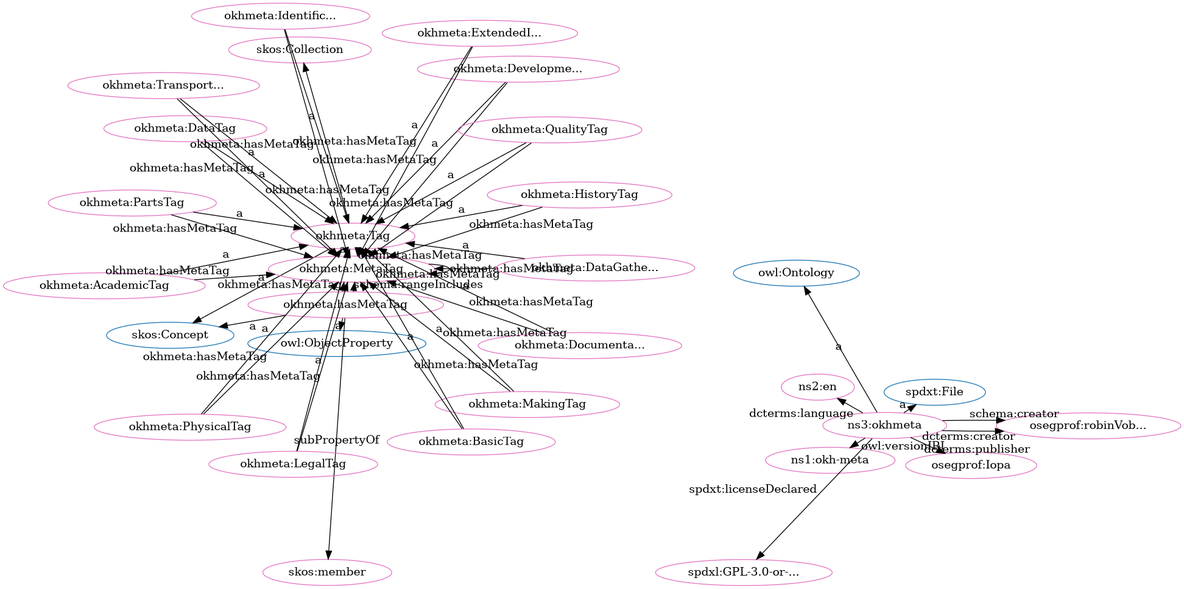
This is src/spec/fdp_okh-meta.png from iop-alliance/OpenKnowHow, a Graphviz export, as it was before one commit. Its source is kept beside it as src/spec/fdp_okh-meta.dot.
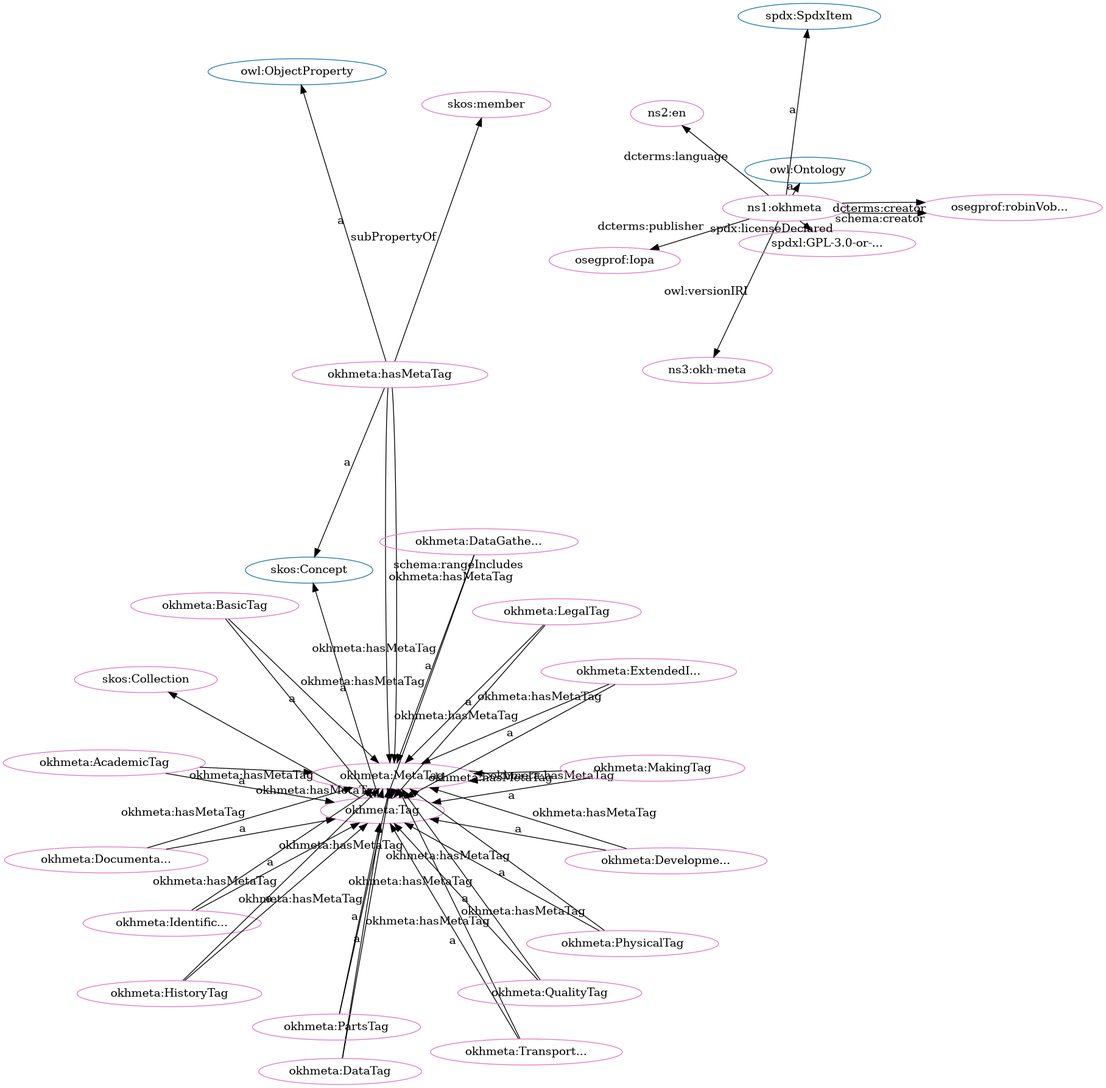
After the change.

The edit, as a diff of the source:
```diff
@@ -1,85 +1,85 @@
 digraph G {
   rankdir=BT
   node[height=.3]
+"http://w3id.org/oseg/ont/okhmeta#Tag" [fillcolor="#1f77b4" color="#1f77b4" label="okhmeta:Tag"]
+"http://spdx.org/rdf/terms#SpdxItem" [fillcolor="#1f77b4" color="#1f77b4" label="spdx:SpdxItem"]
+"http://www.w3.org/2004/02/skos/core#Collection" [fillcolor="#1f77b4" color="#1f77b4" label="skos:Collection"]
+"http://w3id.org/oseg/ont/okhmeta#MetaTag" [fillcolor="#1f77b4" color="#1f77b4" label="okhmeta:MetaTag"]
+"http://www.w3.org/2004/02/skos/core#Concept" [fillcolor="#1f77b4" color="#1f77b4" label="skos:Concept"]
 "http://www.w3.org/2002/07/owl#Ontology" [fillcolor="#1f77b4" color="#1f77b4" label="owl:Ontology"]
-"http://spdx.org/rdf/terms#File" [fillcolor="#1f77b4" color="#1f77b4" label="spdxt:File"]
-"http://www.w3.org/2004/02/skos/core#Concept" [fillcolor="#1f77b4" color="#1f77b4" label="skos:Concept"]
 "http://www.w3.org/2002/07/owl#ObjectProperty" [fillcolor="#1f77b4" color="#1f77b4" label="owl:ObjectProperty"]
-"http://www.w3.org/2004/02/skos/core#Collection" [fillcolor="#1f77b4" color="#1f77b4" label="skos:Collection"]
-"https://w3id.org/oseg/ont/okhmeta#Tag" [fillcolor="#1f77b4" color="#1f77b4" label="okhmeta:Tag"]
-"https://w3id.org/oseg/ont/okhmeta#MetaTag" [fillcolor="#1f77b4" color="#1f77b4" label="okhmeta:MetaTag"]
-"https://w3id.org/oseg/ont/1.1.0/okh-meta" [fillcolor="#e377c2" color="#e377c2" label="ns1:okh-meta"]
-"https://w3id.org/oseg/ont/okhmeta#MetaTag" [fillcolor="#e377c2" color="#e377c2" label="okhmeta:MetaTag"]
-"https://w3id.org/oseg/ont/okhmeta#DevelopmentTag" [fillcolor="#e377c2" color="#e377c2" label="okhmeta:Developme..."]
+"http://w3id.org/oseg/ont/okhmeta#BasicTag" [fillcolor="#e377c2" color="#e377c2" label="okhmeta:BasicTag"]
+"http://w3id.org/oseg/ont/okhmeta#MakingTag" [fillcolor="#e377c2" color="#e377c2" label="okhmeta:MakingTag"]
+"http://w3id.org/oseg/ont/okhmeta#Tag" [fillcolor="#e377c2" color="#e377c2" label="okhmeta:Tag"]
+"http://w3id.org/oseg/ont/oseg-profiles#Iopa" [fillcolor="#e377c2" color="#e377c2" label="osegprof:Iopa"]
+"http://w3id.org/oseg/ont/okhmeta#DataTag" [fillcolor="#e377c2" color="#e377c2" label="okhmeta:DataTag"]
+"http://w3id.org/oseg/ont/okhmeta" [fillcolor="#e377c2" color="#e377c2" label="ns1:okhmeta"]
+"http://w3id.org/oseg/ont/okhmeta#MetaTag" [fillcolor="#e377c2" color="#e377c2" label="okhmeta:MetaTag"]
+"http://w3id.org/oseg/ont/okhmeta#hasMetaTag" [fillcolor="#e377c2" color="#e377c2" label="okhmeta:hasMetaTag"]
+"http://w3id.org/oseg/ont/oseg-profiles#robinVobruba" [fillcolor="#e377c2" color="#e377c2" label="osegprof:robinVob..."]
+"http://w3id.org/oseg/ont/okhmeta#DevelopmentTag" [fillcolor="#e377c2" color="#e377c2" label="okhmeta:Developme..."]
 "http://id.loc.gov/vocabulary/iso639-1/en" [fillcolor="#e377c2" color="#e377c2" label="ns2:en"]
-"https://w3id.org/oseg/ont/oseg-profiles#robinVobruba" [fillcolor="#e377c2" color="#e377c2" label="osegprof:robinVob..."]
-"https://w3id.org/oseg/ont/okhmeta#DataTag" [fillcolor="#e377c2" color="#e377c2" label="okhmeta:DataTag"]
-"https://w3id.org/oseg/ont/okhmeta#ExtendedInfoTag" [fillcolor="#e377c2" color="#e377c2" label="okhmeta:ExtendedI..."]
-"https://w3id.org/oseg/ont/okhmeta#DocumentationTag" [fillcolor="#e377c2" color="#e377c2" label="okhmeta:Documenta..."]
-"https://w3id.org/oseg/ont/okhmeta" [fillcolor="#e377c2" color="#e377c2" label="ns3:okhmeta"]
-"https://w3id.org/oseg/ont/okhmeta#hasMetaTag" [fillcolor="#e377c2" color="#e377c2" label="okhmeta:hasMetaTag"]
-"https://w3id.org/oseg/ont/okhmeta#LegalTag" [fillcolor="#e377c2" color="#e377c2" label="okhmeta:LegalTag"]
-"https://w3id.org/oseg/ont/okhmeta#TransportationTag" [fillcolor="#e377c2" color="#e377c2" label="okhmeta:Transport..."]
-"https://w3id.org/oseg/ont/okhmeta#MakingTag" [fillcolor="#e377c2" color="#e377c2" label="okhmeta:MakingTag"]
-"https://w3id.org/oseg/ont/okhmeta#IdentificationTag" [fillcolor="#e377c2" color="#e377c2" label="okhmeta:Identific..."]
-"https://w3id.org/oseg/ont/okhmeta#QualityTag" [fillcolor="#e377c2" color="#e377c2" label="okhmeta:QualityTag"]
-"https://w3id.org/oseg/ont/okhmeta#Tag" [fillcolor="#e377c2" color="#e377c2" label="okhmeta:Tag"]
-"https://w3id.org/oseg/ont/okhmeta#HistoryTag" [fillcolor="#e377c2" color="#e377c2" label="okhmeta:HistoryTag"]
-"https://spdx.org/licenses/GPL-3.0-or-later" [fillcolor="#e377c2" color="#e377c2" label="spdxl:GPL-3.0-or-..."]
-"https://w3id.org/oseg/ont/okhmeta#PhysicalTag" [fillcolor="#e377c2" color="#e377c2" label="okhmeta:PhysicalTag"]
-"https://w3id.org/oseg/ont/okhmeta#DataGatheringTag" [fillcolor="#e377c2" color="#e377c2" label="okhmeta:DataGathe..."]
-"https://w3id.org/oseg/ont/okhmeta#BasicTag" [fillcolor="#e377c2" color="#e377c2" label="okhmeta:BasicTag"]
-"https://w3id.org/oseg/ont/oseg-profiles#Iopa" [fillcolor="#e377c2" color="#e377c2" label="osegprof:Iopa"]
-"https://w3id.org/oseg/ont/okhmeta#PartsTag" [fillcolor="#e377c2" color="#e377c2" label="okhmeta:PartsTag"]
+"http://w3id.org/oseg/ont/1.1.0/okh-meta" [fillcolor="#e377c2" color="#e377c2" label="ns3:okh-meta"]
+"http://spdx.org/licenses/GPL-3.0-or-later" [fillcolor="#e377c2" color="#e377c2" label="spdxl:GPL-3.0-or-..."]
+"http://w3id.org/oseg/ont/okhmeta#TransportationTag" [fillcolor="#e377c2" color="#e377c2" label="okhmeta:Transport..."]
+"http://w3id.org/oseg/ont/okhmeta#IdentificationTag" [fillcolor="#e377c2" color="#e377c2" label="okhmeta:Identific..."]
+"http://w3id.org/oseg/ont/okhmeta#ExtendedInfoTag" [fillcolor="#e377c2" color="#e377c2" label="okhmeta:ExtendedI..."]
+"http://w3id.org/oseg/ont/okhmeta#LegalTag" [fillcolor="#e377c2" color="#e377c2" label="okhmeta:LegalTag"]
+"http://www.w3.org/2004/02/skos/core#Collection" [fillcolor="#e377c2" color="#e377c2" label="skos:Collection"]
+"http://w3id.org/oseg/ont/okhmeta#DataGatheringTag" [fillcolor="#e377c2" color="#e377c2" label="okhmeta:DataGathe..."]
+"http://w3id.org/oseg/ont/okhmeta#PhysicalTag" [fillcolor="#e377c2" color="#e377c2" label="okhmeta:PhysicalTag"]
+"http://w3id.org/oseg/ont/okhmeta#QualityTag" [fillcolor="#e377c2" color="#e377c2" label="okhmeta:QualityTag"]
 "http://www.w3.org/2004/02/skos/core#member" [fillcolor="#e377c2" color="#e377c2" label="skos:member"]
-"http://www.w3.org/2004/02/skos/core#Collection" [fillcolor="#e377c2" color="#e377c2" label="skos:Collection"]
-"https://w3id.org/oseg/ont/okhmeta#AcademicTag" [fillcolor="#e377c2" color="#e377c2" label="okhmeta:AcademicTag"]
-  "https://w3id.org/oseg/ont/okhmeta#DevelopmentTag" -> "https://w3id.org/oseg/ont/okhmeta#MetaTag" [label="okhmeta:hasMetaTag"]
-  "https://w3id.org/oseg/ont/okhmeta#DevelopmentTag" -> "https://w3id.org/oseg/ont/okhmeta#Tag" [label="a"]
-  "https://w3id.org/oseg/ont/okhmeta" -> "http://id.loc.gov/vocabulary/iso639-1/en" [label="dcterms:language"]
-  "https://w3id.org/oseg/ont/okhmeta" -> "https://w3id.org/oseg/ont/oseg-profiles#robinVobruba" [label="schema:creator"]
-  "https://w3id.org/oseg/ont/okhmeta#BasicTag" -> "https://w3id.org/oseg/ont/okhmeta#MetaTag" [label="okhmeta:hasMetaTag"]
-  "https://w3id.org/oseg/ont/okhmeta#hasMetaTag" -> "https://w3id.org/oseg/ont/okhmeta#MetaTag" [label="okhmeta:hasMetaTag"]
-  "https://w3id.org/oseg/ont/okhmeta#ExtendedInfoTag" -> "https://w3id.org/oseg/ont/okhmeta#Tag" [label="a"]
-  "https://w3id.org/oseg/ont/okhmeta#LegalTag" -> "https://w3id.org/oseg/ont/okhmeta#Tag" [label="a"]
-  "https://w3id.org/oseg/ont/okhmeta#TransportationTag" -> "https://w3id.org/oseg/ont/okhmeta#Tag" [label="a"]
-  "https://w3id.org/oseg/ont/okhmeta#HistoryTag" -> "https://w3id.org/oseg/ont/okhmeta#MetaTag" [label="okhmeta:hasMetaTag"]
-  "https://w3id.org/oseg/ont/okhmeta#QualityTag" -> "https://w3id.org/oseg/ont/okhmeta#Tag" [label="a"]
-  "https://w3id.org/oseg/ont/okhmeta#Tag" -> "http://www.w3.org/2004/02/skos/core#Concept" [label="a"]
-  "https://w3id.org/oseg/ont/okhmeta#HistoryTag" -> "https://w3id.org/oseg/ont/okhmeta#Tag" [label="a"]
-  "https://w3id.org/oseg/ont/okhmeta" -> "https://spdx.org/licenses/GPL-3.0-or-later" [label="spdxt:licenseDeclared"]
-  "https://w3id.org/oseg/ont/okhmeta#MetaTag" -> "https://w3id.org/oseg/ont/okhmeta#MetaTag" [label="okhmeta:hasMetaTag"]
-  "https://w3id.org/oseg/ont/okhmeta#MetaTag" -> "https://w3id.org/oseg/ont/okhmeta#Tag" [label="a"]
-  "https://w3id.org/oseg/ont/okhmeta#ExtendedInfoTag" -> "https://w3id.org/oseg/ont/okhmeta#MetaTag" [label="okhmeta:hasMetaTag"]
-  "https://w3id.org/oseg/ont/okhmeta#DataGatheringTag" -> "https://w3id.org/oseg/ont/okhmeta#Tag" [label="a"]
-  "https://w3id.org/oseg/ont/okhmeta#PartsTag" -> "https://w3id.org/oseg/ont/okhmeta#Tag" [label="a"]
-  "https://w3id.org/oseg/ont/okhmeta#LegalTag" -> "https://w3id.org/oseg/ont/okhmeta#MetaTag" [label="okhmeta:hasMetaTag"]
-  "https://w3id.org/oseg/ont/okhmeta#hasMetaTag" -> "http://www.w3.org/2004/02/skos/core#member" [label="subPropertyOf"]
-  "https://w3id.org/oseg/ont/okhmeta#Tag" -> "http://www.w3.org/2004/02/skos/core#Collection" [label=""]
-  "https://w3id.org/oseg/ont/okhmeta#MakingTag" -> "https://w3id.org/oseg/ont/okhmeta#MetaTag" [label="okhmeta:hasMetaTag"]
-  "https://w3id.org/oseg/ont/okhmeta" -> "https://w3id.org/oseg/ont/1.1.0/okh-meta" [label="owl:versionIRI"]
-  "https://w3id.org/oseg/ont/okhmeta#QualityTag" -> "https://w3id.org/oseg/ont/okhmeta#MetaTag" [label="okhmeta:hasMetaTag"]
-  "https://w3id.org/oseg/ont/okhmeta#hasMetaTag" -> "https://w3id.org/oseg/ont/okhmeta#MetaTag" [label="schema:rangeIncludes"]
-  "https://w3id.org/oseg/ont/okhmeta#PartsTag" -> "https://w3id.org/oseg/ont/okhmeta#MetaTag" [label="okhmeta:hasMetaTag"]
-  "https://w3id.org/oseg/ont/okhmeta#DataTag" -> "https://w3id.org/oseg/ont/okhmeta#MetaTag" [label="okhmeta:hasMetaTag"]
-  "https://w3id.org/oseg/ont/okhmeta#DataTag" -> "https://w3id.org/oseg/ont/okhmeta#Tag" [label="a"]
-  "https://w3id.org/oseg/ont/okhmeta#DocumentationTag" -> "https://w3id.org/oseg/ont/okhmeta#Tag" [label="a"]
-  "https://w3id.org/oseg/ont/okhmeta" -> "http://www.w3.org/2002/07/owl#Ontology" [label="a"]
-  "https://w3id.org/oseg/ont/okhmeta#hasMetaTag" -> "http://www.w3.org/2002/07/owl#ObjectProperty" [label="a"]
-  "https://w3id.org/oseg/ont/okhmeta#hasMetaTag" -> "http://www.w3.org/2004/02/skos/core#Concept" [label="a"]
-  "https://w3id.org/oseg/ont/okhmeta#Tag" -> "https://w3id.org/oseg/ont/okhmeta#MetaTag" [label="okhmeta:hasMetaTag"]
-  "https://w3id.org/oseg/ont/okhmeta#TransportationTag" -> "https://w3id.org/oseg/ont/okhmeta#MetaTag" [label="okhmeta:hasMetaTag"]
-  "https://w3id.org/oseg/ont/okhmeta#MakingTag" -> "https://w3id.org/oseg/ont/okhmeta#Tag" [label="a"]
-  "https://w3id.org/oseg/ont/okhmeta#IdentificationTag" -> "https://w3id.org/oseg/ont/okhmeta#MetaTag" [label="okhmeta:hasMetaTag"]
-  "https://w3id.org/oseg/ont/okhmeta#IdentificationTag" -> "https://w3id.org/oseg/ont/okhmeta#Tag" [label="a"]
-  "https://w3id.org/oseg/ont/okhmeta#PhysicalTag" -> "https://w3id.org/oseg/ont/okhmeta#MetaTag" [label="okhmeta:hasMetaTag"]
-  "https://w3id.org/oseg/ont/okhmeta" -> "https://w3id.org/oseg/ont/oseg-profiles#robinVobruba" [label="dcterms:creator"]
-  "https://w3id.org/oseg/ont/okhmeta#PhysicalTag" -> "https://w3id.org/oseg/ont/okhmeta#Tag" [label="a"]
-  "https://w3id.org/oseg/ont/okhmeta#DocumentationTag" -> "https://w3id.org/oseg/ont/okhmeta#MetaTag" [label="okhmeta:hasMetaTag"]
-  "https://w3id.org/oseg/ont/okhmeta#DataGatheringTag" -> "https://w3id.org/oseg/ont/okhmeta#MetaTag" [label="okhmeta:hasMetaTag"]
-  "https://w3id.org/oseg/ont/okhmeta#BasicTag" -> "https://w3id.org/oseg/ont/okhmeta#Tag" [label="a"]
-  "https://w3id.org/oseg/ont/okhmeta" -> "https://w3id.org/oseg/ont/oseg-profiles#Iopa" [label="dcterms:publisher"]
-  "https://w3id.org/oseg/ont/okhmeta#AcademicTag" -> "https://w3id.org/oseg/ont/okhmeta#MetaTag" [label="okhmeta:hasMetaTag"]
-  "https://w3id.org/oseg/ont/okhmeta" -> "http://spdx.org/rdf/terms#File" [label="a"]
-  "https://w3id.org/oseg/ont/okhmeta#AcademicTag" -> "https://w3id.org/oseg/ont/okhmeta#Tag" [label="a"]
+"http://w3id.org/oseg/ont/okhmeta#AcademicTag" [fillcolor="#e377c2" color="#e377c2" label="okhmeta:AcademicTag"]
+"http://w3id.org/oseg/ont/okhmeta#HistoryTag" [fillcolor="#e377c2" color="#e377c2" label="okhmeta:HistoryTag"]
+"http://w3id.org/oseg/ont/okhmeta#PartsTag" [fillcolor="#e377c2" color="#e377c2" label="okhmeta:PartsTag"]
+"http://w3id.org/oseg/ont/okhmeta#DocumentationTag" [fillcolor="#e377c2" color="#e377c2" label="okhmeta:Documenta..."]
+  "http://w3id.org/oseg/ont/okhmeta#MakingTag" -> "http://w3id.org/oseg/ont/okhmeta#Tag" [label="a"]
+  "http://w3id.org/oseg/ont/okhmeta#MakingTag" -> "http://w3id.org/oseg/ont/okhmeta#MetaTag" [label="okhmeta:hasMetaTag"]
+  "http://w3id.org/oseg/ont/okhmeta" -> "http://w3id.org/oseg/ont/oseg-profiles#Iopa" [label="dcterms:publisher"]
+  "http://w3id.org/oseg/ont/okhmeta#DataTag" -> "http://w3id.org/oseg/ont/okhmeta#Tag" [label="a"]
+  "http://w3id.org/oseg/ont/okhmeta" -> "http://w3id.org/oseg/ont/oseg-profiles#robinVobruba" [label="dcterms:creator"]
+  "http://w3id.org/oseg/ont/okhmeta#hasMetaTag" -> "http://w3id.org/oseg/ont/okhmeta#MetaTag" [label="schema:rangeIncludes"]
+  "http://w3id.org/oseg/ont/okhmeta" -> "http://id.loc.gov/vocabulary/iso639-1/en" [label="dcterms:language"]
+  "http://w3id.org/oseg/ont/okhmeta#PartsTag" -> "http://w3id.org/oseg/ont/okhmeta#MetaTag" [label="okhmeta:hasMetaTag"]
+  "http://w3id.org/oseg/ont/okhmeta#DocumentationTag" -> "http://w3id.org/oseg/ont/okhmeta#MetaTag" [label="okhmeta:hasMetaTag"]
+  "http://w3id.org/oseg/ont/okhmeta#MetaTag" -> "http://w3id.org/oseg/ont/okhmeta#MetaTag" [label="okhmeta:hasMetaTag"]
+  "http://w3id.org/oseg/ont/okhmeta#TransportationTag" -> "http://w3id.org/oseg/ont/okhmeta#Tag" [label="a"]
+  "http://w3id.org/oseg/ont/okhmeta#IdentificationTag" -> "http://w3id.org/oseg/ont/okhmeta#Tag" [label="a"]
+  "http://w3id.org/oseg/ont/okhmeta#DataTag" -> "http://w3id.org/oseg/ont/okhmeta#MetaTag" [label="okhmeta:hasMetaTag"]
+  "http://w3id.org/oseg/ont/okhmeta#ExtendedInfoTag" -> "http://w3id.org/oseg/ont/okhmeta#Tag" [label="a"]
+  "http://w3id.org/oseg/ont/okhmeta#LegalTag" -> "http://w3id.org/oseg/ont/okhmeta#Tag" [label="a"]
+  "http://w3id.org/oseg/ont/okhmeta#DataGatheringTag" -> "http://w3id.org/oseg/ont/okhmeta#Tag" [label="a"]
+  "http://w3id.org/oseg/ont/okhmeta#PhysicalTag" -> "http://w3id.org/oseg/ont/okhmeta#Tag" [label="a"]
+  "http://w3id.org/oseg/ont/okhmeta#QualityTag" -> "http://w3id.org/oseg/ont/okhmeta#Tag" [label="a"]
+  "http://w3id.org/oseg/ont/okhmeta#DevelopmentTag" -> "http://w3id.org/oseg/ont/okhmeta#MetaTag" [label="okhmeta:hasMetaTag"]
+  "http://w3id.org/oseg/ont/okhmeta#AcademicTag" -> "http://w3id.org/oseg/ont/okhmeta#Tag" [label="a"]
+  "http://w3id.org/oseg/ont/okhmeta#HistoryTag" -> "http://w3id.org/oseg/ont/okhmeta#Tag" [label="a"]
+  "http://w3id.org/oseg/ont/okhmeta#BasicTag" -> "http://w3id.org/oseg/ont/okhmeta#MetaTag" [label="okhmeta:hasMetaTag"]
+  "http://w3id.org/oseg/ont/okhmeta" -> "http://www.w3.org/2002/07/owl#Ontology" [label="a"]
+  "http://w3id.org/oseg/ont/okhmeta#BasicTag" -> "http://w3id.org/oseg/ont/okhmeta#Tag" [label="a"]
+  "http://w3id.org/oseg/ont/okhmeta#Tag" -> "http://www.w3.org/2004/02/skos/core#Concept" [label="a"]
+  "http://w3id.org/oseg/ont/okhmeta" -> "http://spdx.org/rdf/terms#SpdxItem" [label="a"]
+  "http://w3id.org/oseg/ont/okhmeta#ExtendedInfoTag" -> "http://w3id.org/oseg/ont/okhmeta#MetaTag" [label="okhmeta:hasMetaTag"]
+  "http://w3id.org/oseg/ont/okhmeta#LegalTag" -> "http://w3id.org/oseg/ont/okhmeta#MetaTag" [label="okhmeta:hasMetaTag"]
+  "http://w3id.org/oseg/ont/okhmeta#DataGatheringTag" -> "http://w3id.org/oseg/ont/okhmeta#MetaTag" [label="okhmeta:hasMetaTag"]
+  "http://w3id.org/oseg/ont/okhmeta#hasMetaTag" -> "http://www.w3.org/2002/07/owl#ObjectProperty" [label="a"]
+  "http://w3id.org/oseg/ont/okhmeta#DevelopmentTag" -> "http://w3id.org/oseg/ont/okhmeta#Tag" [label="a"]
+  "http://w3id.org/oseg/ont/okhmeta#Tag" -> "http://w3id.org/oseg/ont/okhmeta#MetaTag" [label="okhmeta:hasMetaTag"]
+  "http://w3id.org/oseg/ont/okhmeta#HistoryTag" -> "http://w3id.org/oseg/ont/okhmeta#MetaTag" [label="okhmeta:hasMetaTag"]
+  "http://w3id.org/oseg/ont/okhmeta" -> "http://w3id.org/oseg/ont/1.1.0/okh-meta" [label="owl:versionIRI"]
+  "http://w3id.org/oseg/ont/okhmeta#TransportationTag" -> "http://w3id.org/oseg/ont/okhmeta#MetaTag" [label="okhmeta:hasMetaTag"]
+  "http://w3id.org/oseg/ont/okhmeta#MetaTag" -> "http://w3id.org/oseg/ont/okhmeta#Tag" [label="a"]
+  "http://w3id.org/oseg/ont/okhmeta" -> "http://spdx.org/licenses/GPL-3.0-or-later" [label="spdx:licenseDeclared"]
+  "http://w3id.org/oseg/ont/okhmeta#PhysicalTag" -> "http://w3id.org/oseg/ont/okhmeta#MetaTag" [label="okhmeta:hasMetaTag"]
+  "http://w3id.org/oseg/ont/okhmeta#QualityTag" -> "http://w3id.org/oseg/ont/okhmeta#MetaTag" [label="okhmeta:hasMetaTag"]
+  "http://w3id.org/oseg/ont/okhmeta#Tag" -> "http://www.w3.org/2004/02/skos/core#Collection" [label=""]
+  "http://w3id.org/oseg/ont/okhmeta#hasMetaTag" -> "http://www.w3.org/2004/02/skos/core#Concept" [label="a"]
+  "http://w3id.org/oseg/ont/okhmeta#IdentificationTag" -> "http://w3id.org/oseg/ont/okhmeta#MetaTag" [label="okhmeta:hasMetaTag"]
+  "http://w3id.org/oseg/ont/okhmeta" -> "http://w3id.org/oseg/ont/oseg-profiles#robinVobruba" [label="schema:creator"]
+  "http://w3id.org/oseg/ont/okhmeta#hasMetaTag" -> "http://www.w3.org/2004/02/skos/core#member" [label="subPropertyOf"]
+  "http://w3id.org/oseg/ont/okhmeta#AcademicTag" -> "http://w3id.org/oseg/ont/okhmeta#MetaTag" [label="okhmeta:hasMetaTag"]
+  "http://w3id.org/oseg/ont/okhmeta#hasMetaTag" -> "http://w3id.org/oseg/ont/okhmeta#MetaTag" [label="okhmeta:hasMetaTag"]
+  "http://w3id.org/oseg/ont/okhmeta#PartsTag" -> "http://w3id.org/oseg/ont/okhmeta#Tag" [label="a"]
+  "http://w3id.org/oseg/ont/okhmeta#DocumentationTag" -> "http://w3id.org/oseg/ont/okhmeta#Tag" [label="a"]
 }
```
